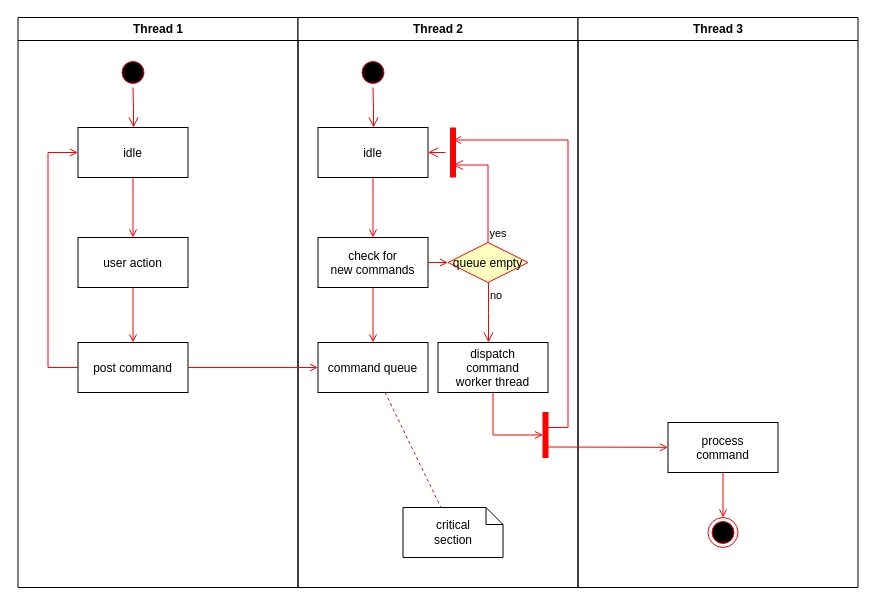
Above: page "Page-1" (1 of 2) of Untitled Diagram.drawio in biizheng/master (draw.io), before the change. Source tidied: cells renumbered, new cells numbered last; positions are measured from the earlier drawing's top-left corner, leaving out a move shared by most shapes. Both pictures are drawn from the tidied source at 100%, with x=0, y=0 at pixel (17, 17).
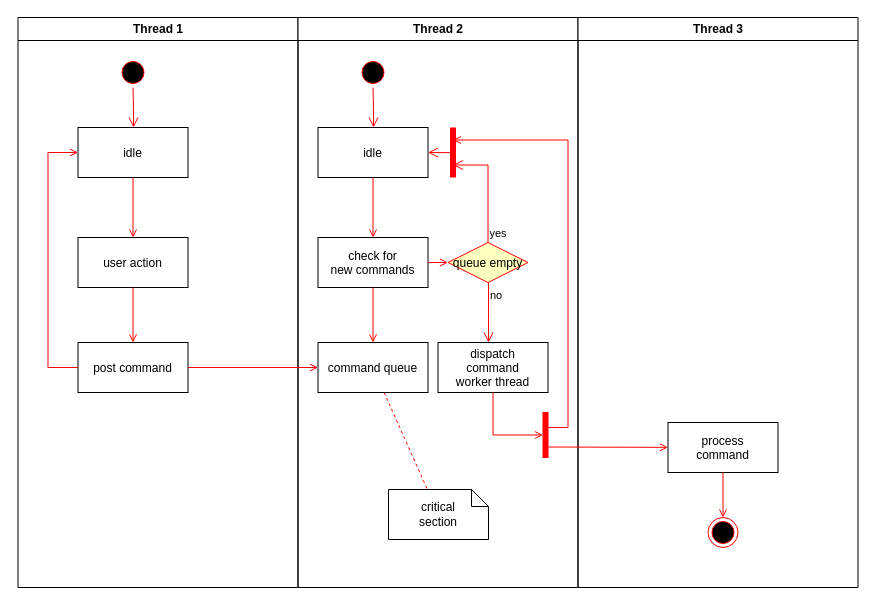
The same page after the edit.

Unchanged cells that the change refers to:
```xml
<mxCell id="11" value="Thread 2" style="swimlane;whiteSpace=wrap;" parent="1" vertex="1">
  <mxGeometry x="280.5" width="280" height="570" as="geometry" />
</mxCell>
<mxCell id="14" value="idle" parent="11" vertex="1">
  <mxGeometry x="20" y="110" width="110" height="50" as="geometry" />
</mxCell>
<mxCell id="23" style="shape=line;strokeWidth=6;strokeColor=#ff0000;rotation=90;" parent="11" vertex="1">
  <mxGeometry x="130" y="127.5" width="50" height="15" as="geometry" />
</mxCell>
```

The edit, as a diff of the source:
```diff
@@
-    <mxCell id="24" style="edgeStyle=elbowEdgeStyle;elbow=horizontal;verticalAlign=bottom;endArrow=open;endSize=8;strokeColor=#FF0000;endFill=1;rounded=0;" parent="11" edge="1" source="23" target="14">
+    <mxCell id="24" style="edgeStyle=elbowEdgeStyle;elbow=horizontal;verticalAlign=bottom;endArrow=open;endSize=8;strokeColor=#FF0000;endFill=1;rounded=0;exitX=0.504;exitY=0.4;exitDx=0;exitDy=0;exitPerimeter=0;" parent="11" edge="1" source="23" target="14">
       <mxGeometry x="130" y="90" as="geometry" />
     </mxCell>
@@
     <mxCell id="26" value="critical&#10;section" style="shape=note;whiteSpace=wrap;size=17;" parent="11" vertex="1">
-      <mxGeometry x="105" y="490" width="100" height="50" as="geometry" />
+      <mxGeometry x="90.5" y="472" width="100" height="50" as="geometry" />
     </mxCell>
```
